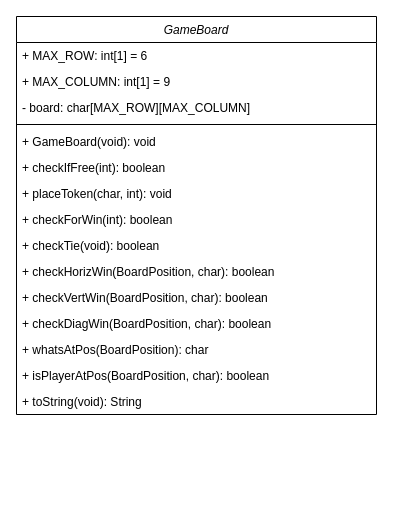
c-tollison/extendedConnectX keeps this draw.io diagram as DRAW_IO/GameBoard.drawio. Above is the earlier version. Source tidied: cells renumbered, new cells numbered last; positions are measured from the earlier drawing's top-left corner, leaving out a move shared by most shapes. Both pictures are drawn from the tidied source at 100%, with x=0, y=0 at pixel (16, 16).
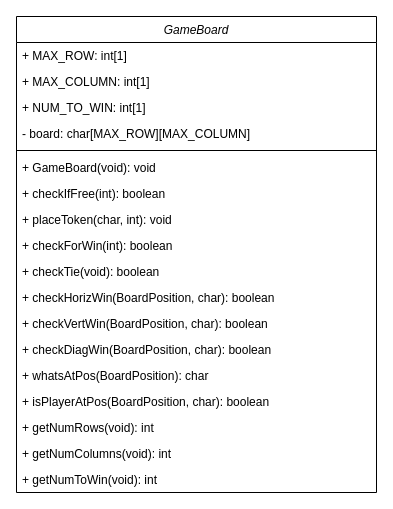
After the change.

Change to the diagram source:
```diff
@@
     <mxCell id="2" value="GameBoard" style="swimlane;fontStyle=2;align=center;verticalAlign=top;horizontal=1;startSize=26;rounded=0;shadow=0;strokeWidth=1;" parent="1" vertex="1">
-      <mxGeometry width="360" height="398" as="geometry" />
+      <mxGeometry width="360" height="476" as="geometry" />
     </mxCell>
-    <mxCell id="3" value="+ MAX_ROW: int[1] = 6" style="text;align=left;verticalAlign=top;spacingLeft=4;spacingRight=4;overflow=hidden;" parent="2" vertex="1">
+    <mxCell id="3" value="+ MAX_ROW: int[1] " style="text;align=left;verticalAlign=top;spacingLeft=4;spacingRight=4;overflow=hidden;" parent="2" vertex="1">
       <mxGeometry y="26" width="360" height="26" as="geometry" />
     </mxCell>
-    <mxCell id="4" value="+ MAX_COLUMN: int[1] = 9" style="text;align=left;verticalAlign=top;spacingLeft=4;spacingRight=4;overflow=hidden;" parent="2" vertex="1">
+    <mxCell id="4" value="+ MAX_COLUMN: int[1] " style="text;align=left;verticalAlign=top;spacingLeft=4;spacingRight=4;overflow=hidden;" parent="2" vertex="1">
       <mxGeometry y="52" width="360" height="26" as="geometry" />
     </mxCell>
-    <mxCell id="5" value="- board: char[MAX_ROW][MAX_COLUMN] " style="text;align=left;verticalAlign=top;spacingLeft=4;spacingRight=4;overflow=hidden;" parent="2" vertex="1">
+    <mxCell id="5" value="+ NUM_TO_WIN: int[1]" style="text;align=left;verticalAlign=top;spacingLeft=4;spacingRight=4;overflow=hidden;" parent="2" vertex="1">
       <mxGeometry y="78" width="360" height="26" as="geometry" />
     </mxCell>
+    <mxCell id="18" value="- board: char[MAX_ROW][MAX_COLUMN] " style="text;align=left;verticalAlign=top;spacingLeft=4;spacingRight=4;overflow=hidden;" parent="2" vertex="1">
+      <mxGeometry y="104" width="360" height="26" as="geometry" />
+    </mxCell>
     <mxCell id="6" style="line;html=1;strokeWidth=1;align=left;verticalAlign=middle;spacingTop=-1;spacingLeft=3;spacingRight=3;labelPosition=right;" parent="2" vertex="1">
-      <mxGeometry y="104" width="360" height="8" as="geometry" />
+      <mxGeometry y="130" width="360" height="8" as="geometry" />
     </mxCell>
     <mxCell id="7" value="+ GameBoard(void): void" style="text;align=left;verticalAlign=top;spacingLeft=4;spacingRight=4;overflow=hidden;" parent="2" vertex="1">
-      <mxGeometry y="112" width="360" height="26" as="geometry" />
+      <mxGeometry y="138" width="360" height="26" as="geometry" />
     </mxCell>
     <mxCell id="8" value="+ checkIfFree(int): boolean" style="text;align=left;verticalAlign=top;spacingLeft=4;spacingRight=4;overflow=hidden;" parent="2" vertex="1">
-      <mxGeometry y="138" width="360" height="26" as="geometry" />
+      <mxGeometry y="164" width="360" height="26" as="geometry" />
     </mxCell>
     <mxCell id="9" value="+ placeToken(char, int): void" style="text;align=left;verticalAlign=top;spacingLeft=4;spacingRight=4;overflow=hidden;" parent="2" vertex="1">
-      <mxGeometry y="164" width="360" height="26" as="geometry" />
+      <mxGeometry y="190" width="360" height="26" as="geometry" />
     </mxCell>
     <mxCell id="10" value="+ checkForWin(int): boolean" style="text;align=left;verticalAlign=top;spacingLeft=4;spacingRight=4;overflow=hidden;" parent="2" vertex="1">
-      <mxGeometry y="190" width="360" height="26" as="geometry" />
+      <mxGeometry y="216" width="360" height="26" as="geometry" />
     </mxCell>
     <mxCell id="11" value="+ checkTie(void): boolean" style="text;align=left;verticalAlign=top;spacingLeft=4;spacingRight=4;overflow=hidden;" parent="2" vertex="1">
-      <mxGeometry y="216" width="360" height="26" as="geometry" />
+      <mxGeometry y="242" width="360" height="26" as="geometry" />
     </mxCell>
     <mxCell id="12" value="+ checkHorizWin(BoardPosition, char): boolean" style="text;align=left;verticalAlign=top;spacingLeft=4;spacingRight=4;overflow=hidden;" parent="2" vertex="1">
-      <mxGeometry y="242" width="360" height="26" as="geometry" />
+      <mxGeometry y="268" width="360" height="26" as="geometry" />
     </mxCell>
     <mxCell id="13" value="+ checkVertWin(BoardPosition, char): boolean" style="text;align=left;verticalAlign=top;spacingLeft=4;spacingRight=4;overflow=hidden;" parent="2" vertex="1">
-      <mxGeometry y="268" width="360" height="26" as="geometry" />
+      <mxGeometry y="294" width="360" height="26" as="geometry" />
     </mxCell>
     <mxCell id="14" value="+ checkDiagWin(BoardPosition, char): boolean" style="text;align=left;verticalAlign=top;spacingLeft=4;spacingRight=4;overflow=hidden;" parent="2" vertex="1">
-      <mxGeometry y="294" width="360" height="26" as="geometry" />
+      <mxGeometry y="320" width="360" height="26" as="geometry" />
     </mxCell>
     <mxCell id="15" value="+ whatsAtPos(BoardPosition): char" style="text;align=left;verticalAlign=top;spacingLeft=4;spacingRight=4;overflow=hidden;" parent="2" vertex="1">
-      <mxGeometry y="320" width="360" height="26" as="geometry" />
+      <mxGeometry y="346" width="360" height="26" as="geometry" />
     </mxCell>
     <mxCell id="16" value="+ isPlayerAtPos(BoardPosition, char): boolean" style="text;align=left;verticalAlign=top;spacingLeft=4;spacingRight=4;overflow=hidden;" parent="2" vertex="1">
-      <mxGeometry y="346" width="360" height="26" as="geometry" />
+      <mxGeometry y="372" width="360" height="26" as="geometry" />
     </mxCell>
-    <mxCell id="17" value="+ toString(void): String" style="text;align=left;verticalAlign=top;spacingLeft=4;spacingRight=4;overflow=hidden;" parent="2" vertex="1">
-      <mxGeometry y="372" width="360" height="26" as="geometry" />
+    <mxCell id="17" value="+ getNumRows(void): int" style="text;align=left;verticalAlign=top;spacingLeft=4;spacingRight=4;overflow=hidden;" parent="2" vertex="1">
+      <mxGeometry y="398" width="360" height="26" as="geometry" />
     </mxCell>
+    <mxCell id="19" value="+ getNumColumns(void): int" style="text;align=left;verticalAlign=top;spacingLeft=4;spacingRight=4;overflow=hidden;" parent="2" vertex="1">
+      <mxGeometry y="424" width="360" height="26" as="geometry" />
+    </mxCell>
+    <mxCell id="20" value="+ getNumToWin(void): int" style="text;align=left;verticalAlign=top;spacingLeft=4;spacingRight=4;overflow=hidden;" parent="2" vertex="1">
+      <mxGeometry y="450" width="360" height="26" as="geometry" />
+    </mxCell>
```
